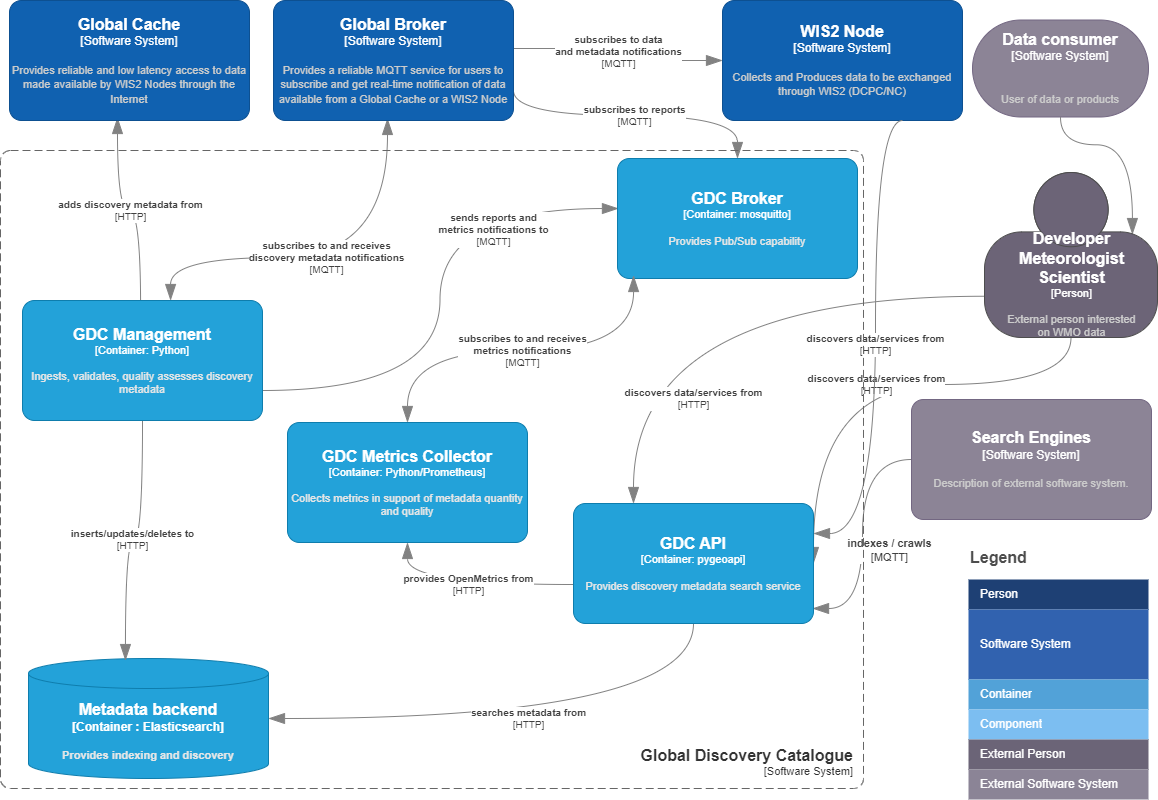
Above: docs/architecture/c4.container.png in wmo-im/wis2-gdc (draw.io), before the change. Source tidied: cells renumbered, new cells last; positions are measured from the earlier drawing's top-left corner, leaving out a move shared by most shapes.
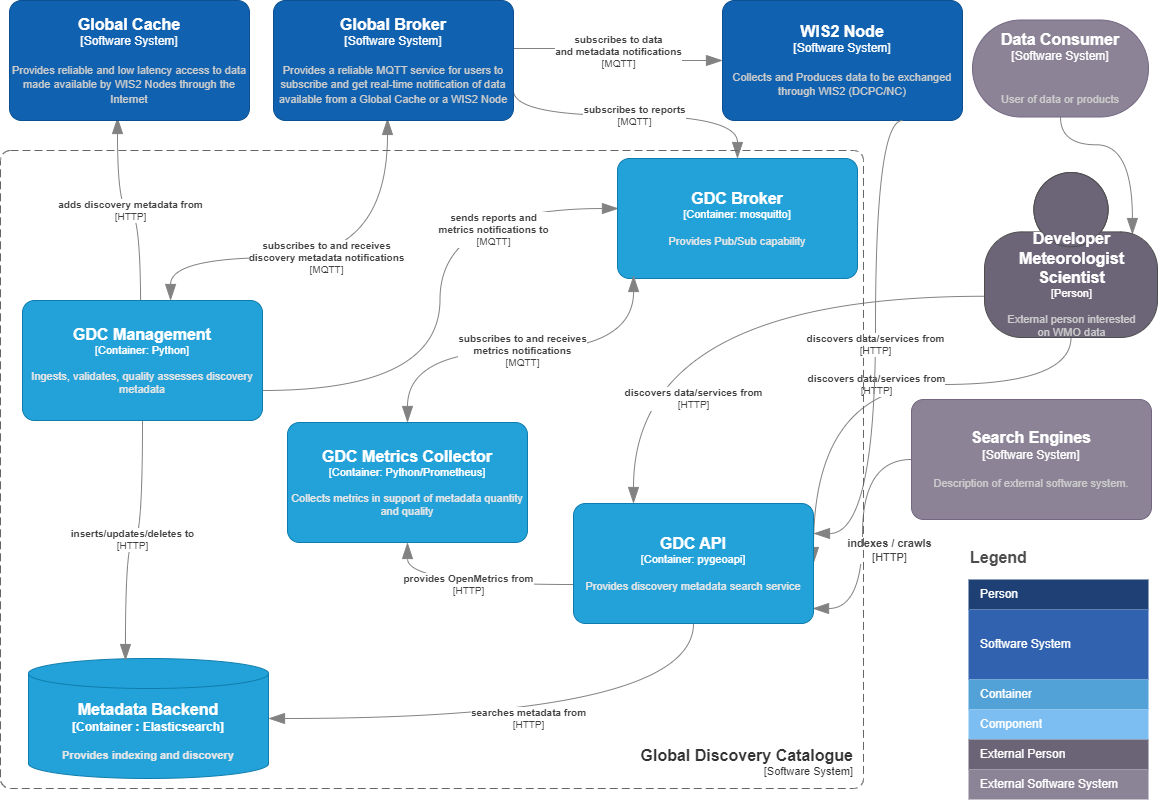
The same file after the commit.

Commit message:
update architecture diagram

The edit, as a diff of the source:
```diff
@@ -2,7 +2,7 @@
   <root>
     <mxCell id="0" />
     <mxCell id="1" parent="0" />
-    <object id="2" label="&lt;font style=&quot;font-size: 16px&quot;&gt;&lt;b&gt;%c4Name%&lt;/b&gt;&lt;/font&gt;&lt;div&gt;[%c4Type%]&lt;/div&gt;&lt;br&gt;&lt;div&gt;&lt;font style=&quot;font-size: 11px&quot;&gt;&lt;font color=&quot;#cccccc&quot;&gt;%c4Description%&lt;/font&gt;&lt;/div&gt;" c4Description="&#10;User of data or products" c4Name="Data consumer" c4Type="Software System" placeholders="1">
+    <object id="2" label="&lt;font style=&quot;font-size: 16px&quot;&gt;&lt;b&gt;%c4Name%&lt;/b&gt;&lt;/font&gt;&lt;div&gt;[%c4Type%]&lt;/div&gt;&lt;br&gt;&lt;div&gt;&lt;font style=&quot;font-size: 11px&quot;&gt;&lt;font color=&quot;#cccccc&quot;&gt;%c4Description%&lt;/font&gt;&lt;/div&gt;" c4Description="&#10;User of data or products" c4Name="Data Consumer" c4Type="Software System" placeholders="1">
       <mxCell style="rounded=1;whiteSpace=wrap;html=1;labelBackgroundColor=none;fillColor=#8C8496;fontColor=#ffffff;align=center;arcSize=50;strokeColor=#736782;points=[[0.25,0,0],[0.5,0,0],[0.75,0,0],[1,0.25,0],[1,0.5,0],[1,0.75,0],[0.75,1,0],[0.5,1,0],[0.25,1,0],[0,0.75,0],[0,0.5,0],[0,0.25,0]];" parent="1" vertex="1">
         <mxGeometry x="972" y="19.5" width="176" height="97" as="geometry" />
       </mxCell>
@@ -56,7 +56,7 @@
         <mxGeometry x="911" y="399" width="240" height="120" as="geometry" />
       </mxCell>
     </object>
-    <object id="15" label="&lt;div style=&quot;text-align: left; font-size: 11px;&quot;&gt;&lt;div style=&quot;text-align: center; font-size: 11px;&quot;&gt;&lt;b style=&quot;font-size: 11px;&quot;&gt;%c4Description%&lt;/b&gt;&lt;/div&gt;&lt;div style=&quot;text-align: center; font-size: 11px;&quot;&gt;[%c4Technology%]&lt;/div&gt;&lt;/div&gt;" c4Description="indexes / crawls" c4Technology="MQTT" c4Type="Relationship" placeholders="1">
+    <object id="15" label="&lt;div style=&quot;text-align: left; font-size: 11px;&quot;&gt;&lt;div style=&quot;text-align: center; font-size: 11px;&quot;&gt;&lt;b style=&quot;font-size: 11px;&quot;&gt;%c4Description%&lt;/b&gt;&lt;/div&gt;&lt;div style=&quot;text-align: center; font-size: 11px;&quot;&gt;[%c4Technology%]&lt;/div&gt;&lt;/div&gt;" c4Description="indexes / crawls" c4Technology="HTTP" c4Type="Relationship" placeholders="1">
       <mxCell style="endArrow=blockThin;html=1;fontSize=11;fontColor=#404040;strokeWidth=1;endFill=1;strokeColor=#828282;elbow=vertical;endSize=14;startSize=14;jumpStyle=arc;jumpSize=16;rounded=0;edgeStyle=orthogonalEdgeStyle;curved=1;exitX=0;exitY=0.5;exitDx=0;exitDy=0;exitPerimeter=0;entryX=0.996;entryY=0.875;entryDx=0;entryDy=0;entryPerimeter=0;" parent="1" edge="1" source="14" target="25">
         <mxGeometry x="0.13" y="27" relative="1" as="geometry" />
       </mxCell>
@@ -71,7 +71,7 @@
         </mxGeometry>
       </mxCell>
     </object>
-    <object id="17" label="&lt;font style=&quot;font-size: 16px&quot;&gt;&lt;b&gt;%c4Type%&lt;/font&gt;&lt;div&gt;[%c4Container%:&amp;nbsp;%c4Technology%]&lt;/div&gt;&lt;br&gt;&lt;div&gt;&lt;font style=&quot;font-size: 11px&quot;&gt;&lt;font color=&quot;#E6E6E6&quot;&gt;%c4Description%&lt;/font&gt;&lt;/div&gt;" c4Container="Container " c4Description="Provides indexing and discovery" c4Technology="Elasticsearch" c4Type="Metadata backend" placeholders="1">
+    <object id="17" label="&lt;font style=&quot;font-size: 16px&quot;&gt;&lt;b&gt;%c4Type%&lt;/font&gt;&lt;div&gt;[%c4Container%:&amp;nbsp;%c4Technology%]&lt;/div&gt;&lt;br&gt;&lt;div&gt;&lt;font style=&quot;font-size: 11px&quot;&gt;&lt;font color=&quot;#E6E6E6&quot;&gt;%c4Description%&lt;/font&gt;&lt;/div&gt;" c4Container="Container " c4Description="Provides indexing and discovery" c4Technology="Elasticsearch" c4Type="Metadata Backend" placeholders="1">
       <mxCell style="shape=cylinder3;size=15;whiteSpace=wrap;html=1;boundedLbl=1;rounded=0;labelBackgroundColor=none;fillColor=#23A2D9;fontSize=12;fontColor=#ffffff;align=center;strokeColor=#0E7DAD;points=[[0.5,0,0],[1,0.25,0],[1,0.5,0],[1,0.75,0],[0.5,1,0],[0,0.75,0],[0,0.5,0],[0,0.25,0]];" parent="1" vertex="1">
         <mxGeometry x="28" y="658" width="240" height="120" as="geometry" />
       </mxCell>
```
